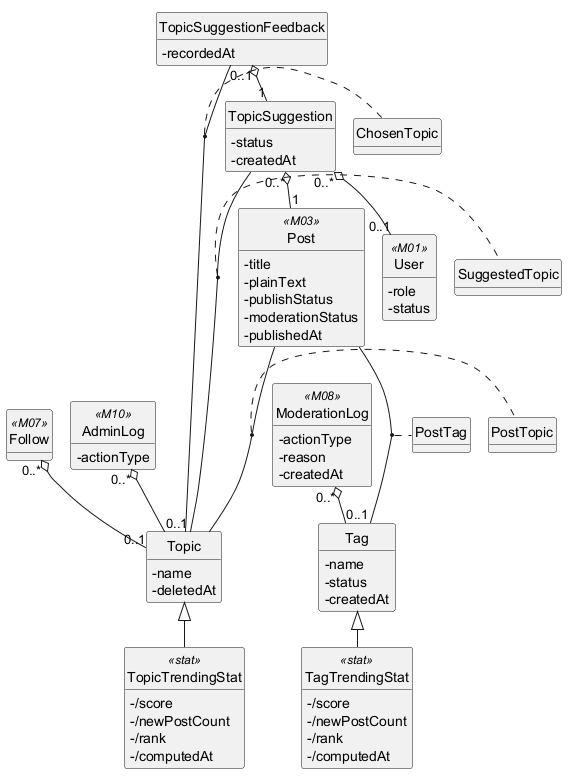
The PlantUML diagram .agents/.claude/system_analysis/output/data-model/ec/diagrams/EC-M05.png in ducsiukap/iShare, before a commit.
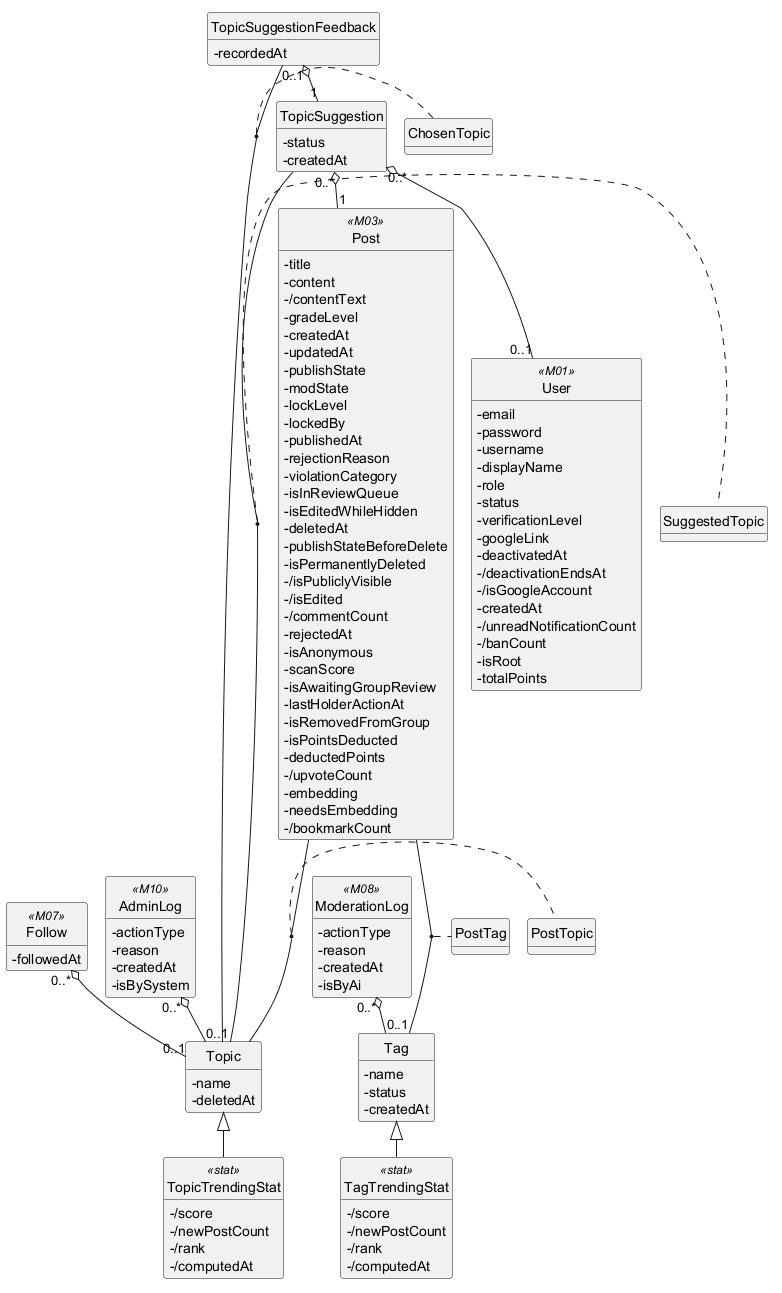
Above is the later version.

The edit, as a diff of the source:
```diff
@@ -42,24 +42,71 @@
 }
 class Post <<M03>> {
   -title
-  -plainText
-  -publishStatus
-  -moderationStatus
+  -content
+  -/contentText
+  -gradeLevel
+  -createdAt
+  -updatedAt
+  -publishState
+  -modState
+  -lockLevel
+  -lockedBy
   -publishedAt
+  -rejectionReason
+  -violationCategory
+  -isInReviewQueue
+  -isEditedWhileHidden
+  -deletedAt
+  -publishStateBeforeDelete
+  -isPermanentlyDeleted
+  -/isPubliclyVisible
+  -/isEdited
+  -/commentCount
+  -rejectedAt
+  -isAnonymous
+  -scanScore
+  -isAwaitingGroupReview
+  -lastHolderActionAt
+  -isRemovedFromGroup
+  -isPointsDeducted
+  -deductedPoints
+  -/upvoteCount
+  -embedding
+  -needsEmbedding
+  -/bookmarkCount
 }
 class User <<M01>> {
+  -email
+  -password
+  -username
+  -displayName
   -role
   -status
+  -verificationLevel
+  -googleLink
+  -deactivatedAt
+  -/deactivationEndsAt
+  -/isGoogleAccount
+  -createdAt
+  -/unreadNotificationCount
+  -/banCount
+  -isRoot
+  -totalPoints
 }
 class Follow <<M07>> {
+  -followedAt
 }
 class ModerationLog <<M08>> {
   -actionType
   -reason
   -createdAt
+  -isByAi
 }
 class AdminLog <<M10>> {
   -actionType
+  -reason
+  -createdAt
+  -isBySystem
 }
 
 (Post, Topic) .. PostTopic
```
